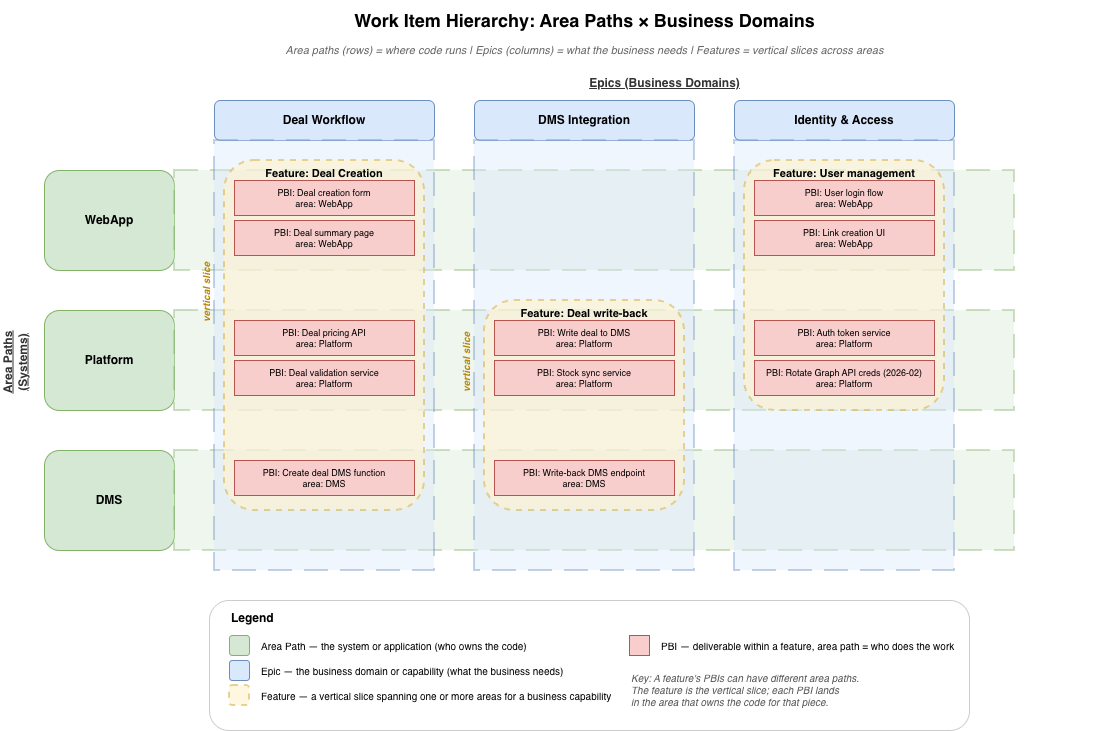
shellicar/claude-config keeps this draw.io diagram as skills/azure-devops-boards/references/hierarchy-design.png. Above is the earlier version. Source tidied: cells renumbered, new cells last; positions are measured from the earlier drawing's top-left corner, leaving out a move shared by most shapes.
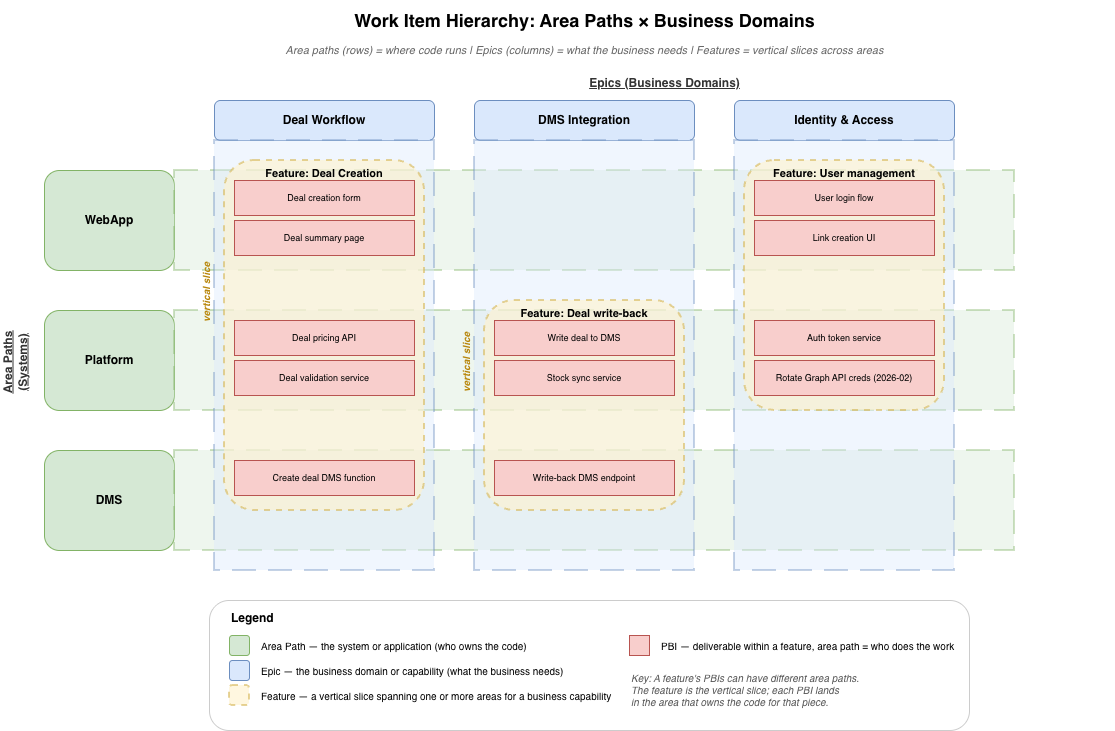
Above is the later version.

Commit message:
Simplify PBI labels in diagram, rework gitignore

What changed in the source:
```diff
@@ -1,4 +1,4 @@
-<mxGraphModel background="#ffffff">
+<mxGraphModel background="#FFFFFF">
   <root>
     <mxCell id="0" />
     <mxCell id="1" parent="0" />
@@ -59,46 +59,46 @@
     <mxCell id="20" value="Feature: User management" style="rounded=1;whiteSpace=wrap;html=1;fontSize=11;fontStyle=1;fillColor=#fff2cc;strokeColor=#d6b656;verticalAlign=top;dashed=1;strokeWidth=2;opacity=60;" parent="1" vertex="1">
       <mxGeometry x="790" y="160" width="200" height="250" as="geometry" />
     </mxCell>
-    <mxCell id="21" value="PBI: Deal creation form&#10;area: WebApp" style="rounded=0;whiteSpace=wrap;html=1;fontSize=9;fillColor=#f8cecc;strokeColor=#b85450;verticalAlign=middle;" parent="1" vertex="1">
+    <mxCell id="21" value="Deal creation form" style="rounded=0;whiteSpace=wrap;html=1;fontSize=9;fillColor=#f8cecc;strokeColor=#b85450;verticalAlign=middle;" parent="1" vertex="1">
       <mxGeometry x="280" y="180" width="180" height="35" as="geometry" />
     </mxCell>
-    <mxCell id="22" value="PBI: Deal summary page&#10;area: WebApp" style="rounded=0;whiteSpace=wrap;html=1;fontSize=9;fillColor=#f8cecc;strokeColor=#b85450;verticalAlign=middle;" parent="1" vertex="1">
+    <mxCell id="22" value="Deal summary page" style="rounded=0;whiteSpace=wrap;html=1;fontSize=9;fillColor=#f8cecc;strokeColor=#b85450;verticalAlign=middle;" parent="1" vertex="1">
       <mxGeometry x="280" y="220" width="180" height="35" as="geometry" />
     </mxCell>
-    <mxCell id="23" value="PBI: Deal pricing API&#10;area: Platform" style="rounded=0;whiteSpace=wrap;html=1;fontSize=9;fillColor=#f8cecc;strokeColor=#b85450;verticalAlign=middle;" parent="1" vertex="1">
+    <mxCell id="23" value="Deal pricing API" style="rounded=0;whiteSpace=wrap;html=1;fontSize=9;fillColor=#f8cecc;strokeColor=#b85450;verticalAlign=middle;" parent="1" vertex="1">
       <mxGeometry x="280" y="320" width="180" height="35" as="geometry" />
     </mxCell>
-    <mxCell id="24" value="PBI: Deal validation service&#10;area: Platform" style="rounded=0;whiteSpace=wrap;html=1;fontSize=9;fillColor=#f8cecc;strokeColor=#b85450;verticalAlign=middle;" parent="1" vertex="1">
+    <mxCell id="24" value="Deal validation service" style="rounded=0;whiteSpace=wrap;html=1;fontSize=9;fillColor=#f8cecc;strokeColor=#b85450;verticalAlign=middle;" parent="1" vertex="1">
       <mxGeometry x="280" y="360" width="180" height="35" as="geometry" />
     </mxCell>
-    <mxCell id="25" value="PBI: Create deal DMS function&#10;area: DMS" style="rounded=0;whiteSpace=wrap;html=1;fontSize=9;fillColor=#f8cecc;strokeColor=#b85450;verticalAlign=middle;" parent="1" vertex="1">
+    <mxCell id="25" value="Create deal DMS function" style="rounded=0;whiteSpace=wrap;html=1;fontSize=9;fillColor=#f8cecc;strokeColor=#b85450;verticalAlign=middle;" parent="1" vertex="1">
       <mxGeometry x="280" y="460" width="180" height="35" as="geometry" />
     </mxCell>
     <mxCell id="26" value="vertical slice" style="text;html=1;fontSize=10;fontStyle=3;align=center;verticalAlign=middle;fontColor=#b8860b;rotation=-90;" parent="1" vertex="1">
       <mxGeometry x="190" y="280" width="120" height="25" as="geometry" />
     </mxCell>
-    <mxCell id="27" value="PBI: Write deal to DMS&#10;area: Platform" style="rounded=0;whiteSpace=wrap;html=1;fontSize=9;fillColor=#f8cecc;strokeColor=#b85450;verticalAlign=middle;" parent="1" vertex="1">
+    <mxCell id="27" value="Write deal to DMS" style="rounded=0;whiteSpace=wrap;html=1;fontSize=9;fillColor=#f8cecc;strokeColor=#b85450;verticalAlign=middle;" parent="1" vertex="1">
       <mxGeometry x="540" y="320" width="180" height="35" as="geometry" />
     </mxCell>
-    <mxCell id="28" value="PBI: Stock sync service&#10;area: Platform" style="rounded=0;whiteSpace=wrap;html=1;fontSize=9;fillColor=#f8cecc;strokeColor=#b85450;verticalAlign=middle;" parent="1" vertex="1">
+    <mxCell id="28" value="Stock sync service" style="rounded=0;whiteSpace=wrap;html=1;fontSize=9;fillColor=#f8cecc;strokeColor=#b85450;verticalAlign=middle;" parent="1" vertex="1">
       <mxGeometry x="540" y="360" width="180" height="35" as="geometry" />
     </mxCell>
-    <mxCell id="29" value="PBI: Write-back DMS endpoint&#10;area: DMS" style="rounded=0;whiteSpace=wrap;html=1;fontSize=9;fillColor=#f8cecc;strokeColor=#b85450;verticalAlign=middle;" parent="1" vertex="1">
+    <mxCell id="29" value="Write-back DMS endpoint" style="rounded=0;whiteSpace=wrap;html=1;fontSize=9;fillColor=#f8cecc;strokeColor=#b85450;verticalAlign=middle;" parent="1" vertex="1">
       <mxGeometry x="540" y="460" width="180" height="35" as="geometry" />
     </mxCell>
     <mxCell id="30" value="vertical slice" style="text;html=1;fontSize=10;fontStyle=3;align=center;verticalAlign=middle;fontColor=#b8860b;rotation=-90;" parent="1" vertex="1">
       <mxGeometry x="450" y="350" width="120" height="25" as="geometry" />
     </mxCell>
-    <mxCell id="31" value="PBI: User login flow&#10;area: WebApp" style="rounded=0;whiteSpace=wrap;html=1;fontSize=9;fillColor=#f8cecc;strokeColor=#b85450;verticalAlign=middle;" parent="1" vertex="1">
+    <mxCell id="31" value="User login flow" style="rounded=0;whiteSpace=wrap;html=1;fontSize=9;fillColor=#f8cecc;strokeColor=#b85450;verticalAlign=middle;" parent="1" vertex="1">
       <mxGeometry x="800" y="180" width="180" height="35" as="geometry" />
     </mxCell>
-    <mxCell id="32" value="PBI: Link creation UI&#10;area: WebApp" style="rounded=0;whiteSpace=wrap;html=1;fontSize=9;fillColor=#f8cecc;strokeColor=#b85450;verticalAlign=middle;" parent="1" vertex="1">
+    <mxCell id="32" value="Link creation UI" style="rounded=0;whiteSpace=wrap;html=1;fontSize=9;fillColor=#f8cecc;strokeColor=#b85450;verticalAlign=middle;" parent="1" vertex="1">
       <mxGeometry x="800" y="220" width="180" height="35" as="geometry" />
     </mxCell>
-    <mxCell id="33" value="PBI: Auth token service&#10;area: Platform" style="rounded=0;whiteSpace=wrap;html=1;fontSize=9;fillColor=#f8cecc;strokeColor=#b85450;verticalAlign=middle;" parent="1" vertex="1">
+    <mxCell id="33" value="Auth token service" style="rounded=0;whiteSpace=wrap;html=1;fontSize=9;fillColor=#f8cecc;strokeColor=#b85450;verticalAlign=middle;" parent="1" vertex="1">
       <mxGeometry x="800" y="320" width="180" height="35" as="geometry" />
     </mxCell>
-    <mxCell id="34" value="PBI: Rotate Graph API creds (2026-02)&#10;area: Platform" style="rounded=0;whiteSpace=wrap;html=1;fontSize=9;fillColor=#f8cecc;strokeColor=#b85450;verticalAlign=middle;" parent="1" vertex="1">
+    <mxCell id="34" value="Rotate Graph API creds (2026-02)" style="rounded=0;whiteSpace=wrap;html=1;fontSize=9;fillColor=#f8cecc;strokeColor=#b85450;verticalAlign=middle;" parent="1" vertex="1">
       <mxGeometry x="800" y="360" width="180" height="35" as="geometry" />
     </mxCell>
     <mxCell id="35" style="rounded=1;whiteSpace=wrap;html=1;fillColor=#ffffff;strokeColor=#cccccc;" parent="1" vertex="1">
```
